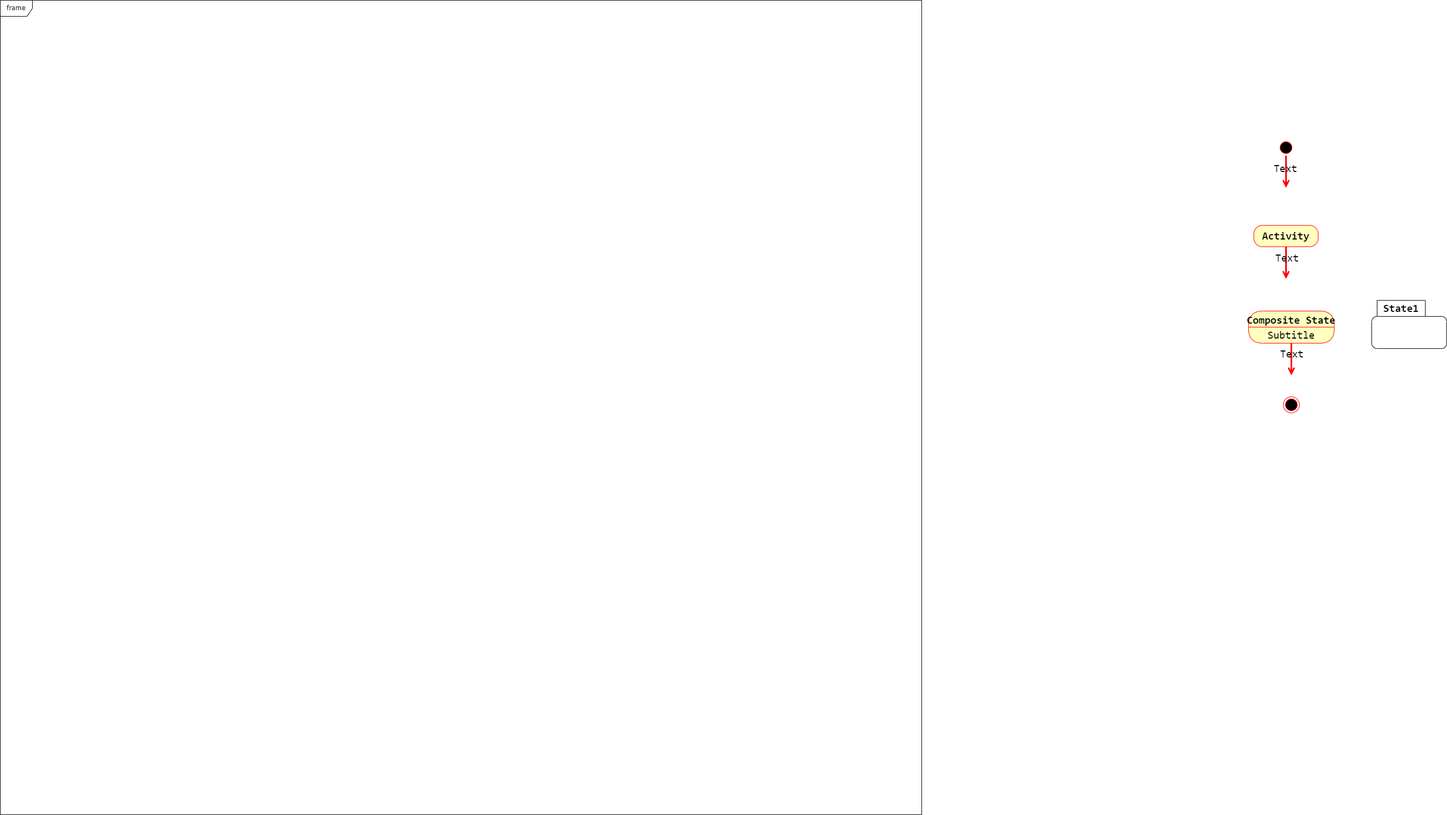
The draw.io diagram docs/_static/images/diagrams/UML.drawio.png in ArnoldasBagdonas/Docs-as-Code-Demo-Project-Sphinx, before a commit. Source tidied: cells renumbered, new cells last; positions are measured from the earlier drawing's top-left corner, leaving out a move shared by most shapes.
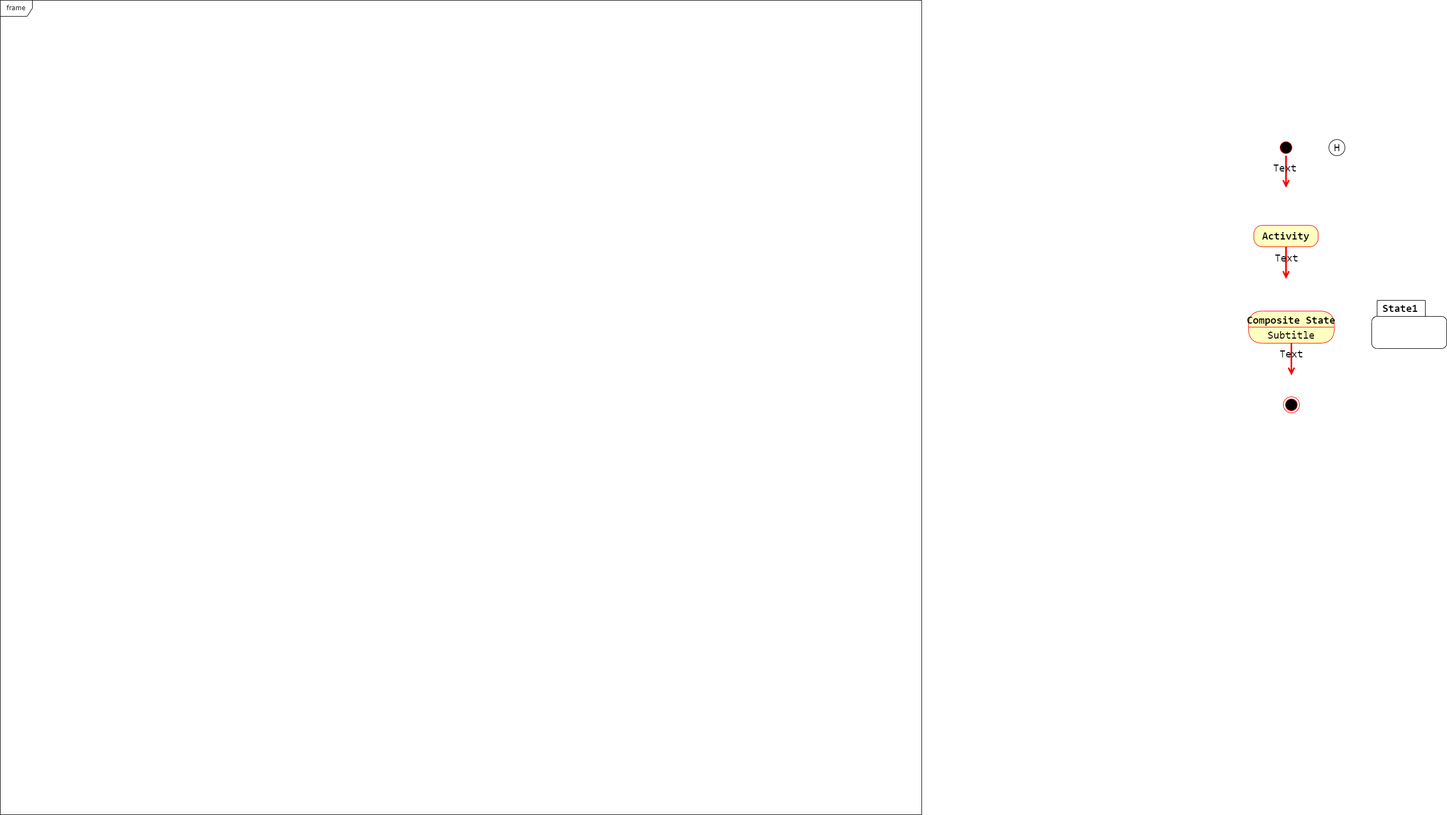
The same file after the commit.

Diff of the diagram source:
```diff
@@ -47,5 +47,8 @@
     <mxCell id="14" value="State1" style="shape=folder;align=center;verticalAlign=middle;fontStyle=1;tabWidth=100;tabHeight=30;tabPosition=left;html=1;boundedLbl=1;labelInHeader=1;rounded=1;absoluteArcSize=1;arcSize=10;whiteSpace=wrap;fontFamily=Consolas, Courier New, monospace;fontSize=20;" parent="1" vertex="1">
       <mxGeometry x="2560" y="560" width="140" height="90" as="geometry" />
     </mxCell>
+    <mxCell id="15" value="H" style="ellipse;html=1;fontFamily=Consolas, Courier New, monospace;fontSize=20;fontStyle=0;" parent="1" vertex="1">
+      <mxGeometry x="2480" y="260" width="30" height="30" as="geometry" />
+    </mxCell>
   </root>
 </mxGraphModel>
```
